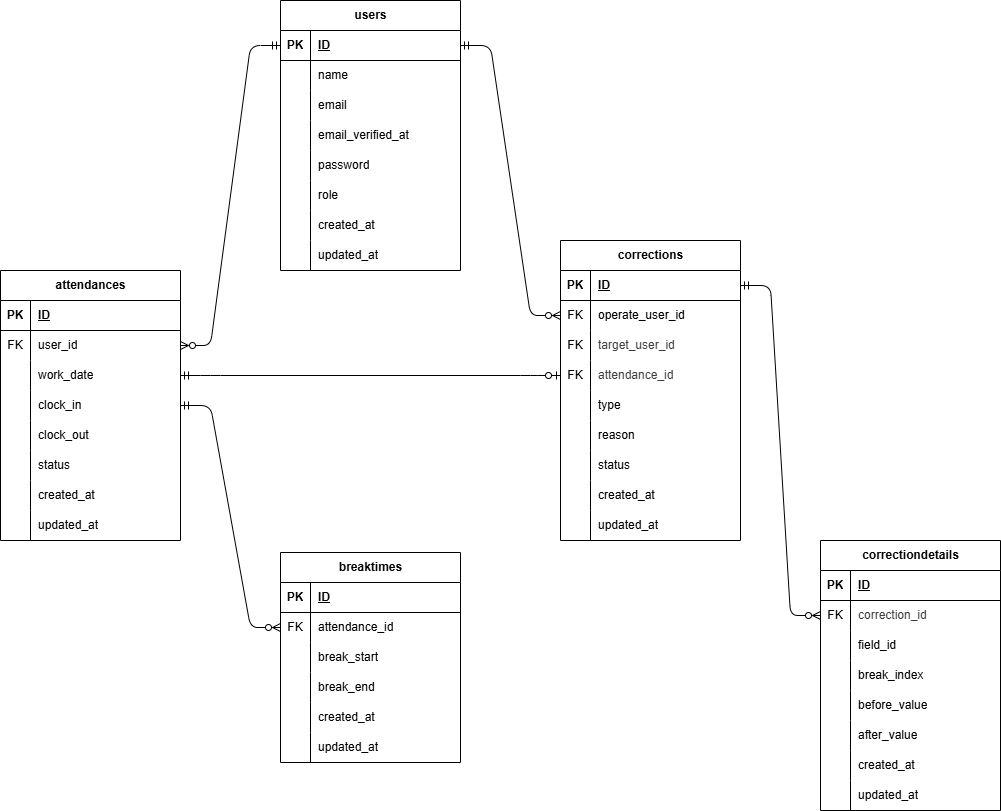
Above: ER.drawio.png in sazenshinji/shigeno-sp2-kinta (draw.io), before the change. Source tidied: cells renumbered, new cells last; positions are measured from the earlier drawing's top-left corner, leaving out a move shared by most shapes.
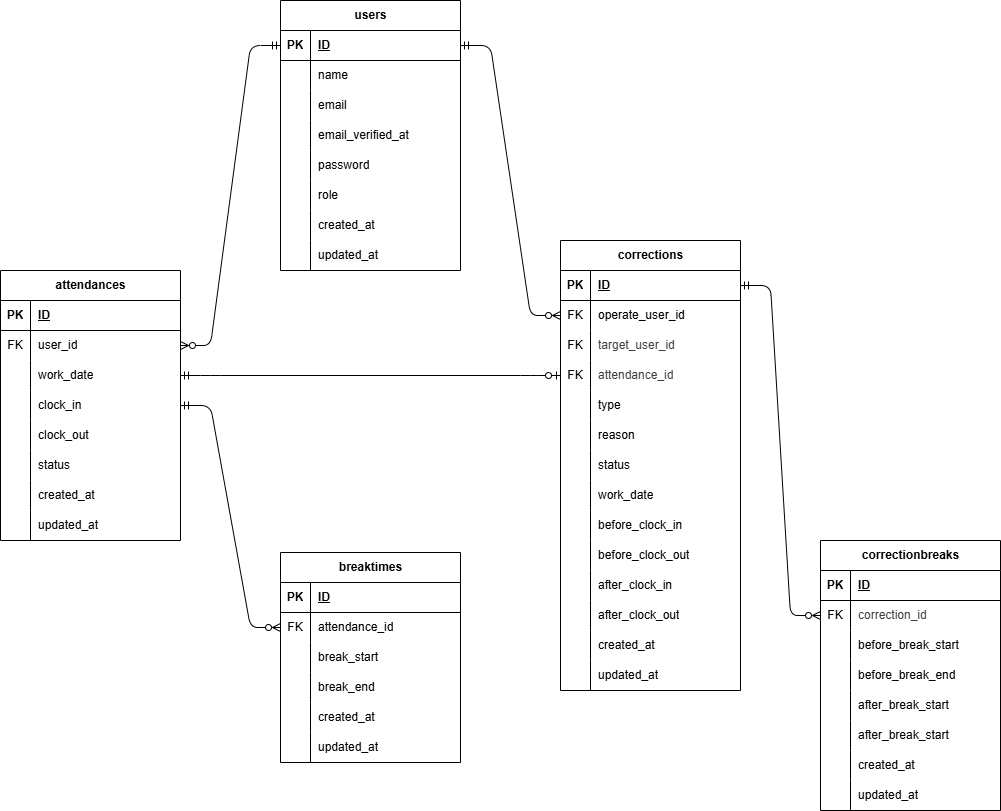
After the commit.

Change to the diagram source:
```diff
@@ -213,7 +213,7 @@
       <mxGeometry x="30" width="150" height="30" as="geometry" />
     </mxCell>
     <mxCell id="72" value="corrections" style="shape=table;startSize=30;rowLines=0;fontStyle=1;align=center;html=1;" parent="1" vertex="1">
-      <mxGeometry x="560" y="240" width="180" height="300" as="geometry" />
+      <mxGeometry x="560" y="240" width="180" height="450" as="geometry" />
     </mxCell>
     <mxCell id="73" style="shape=tableRow;horizontal=0;startSize=0;swimlaneHead=0;swimlaneBody=0;fillColor=none;points=[[0,0.5],[1,0.5]];portConstraint=eastwest;top=0;left=0;right=0;bottom=1;" parent="72" vertex="1">
       <mxGeometry y="30" width="180" height="30" as="geometry" />
@@ -278,8 +278,53 @@
     <mxCell id="93" value="&lt;span style=&quot;color: rgb(0, 0, 0);&quot;&gt;status&lt;/span&gt;" style="shape=partialRectangle;fillColor=none;top=0;left=0;bottom=0;right=0;align=left;spacingLeft=6;overflow=hidden;whiteSpace=wrap;html=1;" parent="91" vertex="1">
       <mxGeometry x="30" width="150" height="30" as="geometry" />
     </mxCell>
+    <mxCell id="129" style="shape=tableRow;horizontal=0;startSize=0;swimlaneHead=0;swimlaneBody=0;fillColor=none;top=0;left=0;right=0;bottom=0;" parent="72" vertex="1">
+      <mxGeometry y="240" width="180" height="30" as="geometry" />
+    </mxCell>
+    <mxCell id="130" style="shape=partialRectangle;fillColor=none;top=0;left=0;bottom=0;right=0;overflow=hidden;whiteSpace=wrap;html=1;" parent="129" vertex="1">
+      <mxGeometry width="30" height="30" as="geometry" />
+    </mxCell>
+    <mxCell id="131" value="&lt;span style=&quot;color: rgb(0, 0, 0);&quot;&gt;work_date&lt;/span&gt;" style="shape=partialRectangle;fillColor=none;top=0;left=0;bottom=0;right=0;align=left;spacingLeft=6;overflow=hidden;whiteSpace=wrap;html=1;" parent="129" vertex="1">
+      <mxGeometry x="30" width="150" height="30" as="geometry" />
+    </mxCell>
+    <mxCell id="132" style="shape=tableRow;horizontal=0;startSize=0;swimlaneHead=0;swimlaneBody=0;fillColor=none;top=0;left=0;right=0;bottom=0;" parent="72" vertex="1">
+      <mxGeometry y="270" width="180" height="30" as="geometry" />
+    </mxCell>
+    <mxCell id="133" style="shape=partialRectangle;fillColor=none;top=0;left=0;bottom=0;right=0;overflow=hidden;whiteSpace=wrap;html=1;" parent="132" vertex="1">
+      <mxGeometry width="30" height="30" as="geometry" />
+    </mxCell>
+    <mxCell id="134" value="&lt;span style=&quot;color: rgb(0, 0, 0);&quot;&gt;before_clock_in&lt;/span&gt;" style="shape=partialRectangle;fillColor=none;top=0;left=0;bottom=0;right=0;align=left;spacingLeft=6;overflow=hidden;whiteSpace=wrap;html=1;" parent="132" vertex="1">
+      <mxGeometry x="30" width="150" height="30" as="geometry" />
+    </mxCell>
+    <mxCell id="135" style="shape=tableRow;horizontal=0;startSize=0;swimlaneHead=0;swimlaneBody=0;fillColor=none;top=0;left=0;right=0;bottom=0;" parent="72" vertex="1">
+      <mxGeometry y="300" width="180" height="30" as="geometry" />
+    </mxCell>
+    <mxCell id="136" style="shape=partialRectangle;fillColor=none;top=0;left=0;bottom=0;right=0;overflow=hidden;whiteSpace=wrap;html=1;" parent="135" vertex="1">
+      <mxGeometry width="30" height="30" as="geometry" />
+    </mxCell>
+    <mxCell id="137" value="&lt;span style=&quot;color: rgb(0, 0, 0);&quot;&gt;before_clock_out&lt;/span&gt;" style="shape=partialRectangle;fillColor=none;top=0;left=0;bottom=0;right=0;align=left;spacingLeft=6;overflow=hidden;whiteSpace=wrap;html=1;" parent="135" vertex="1">
+      <mxGeometry x="30" width="150" height="30" as="geometry" />
+    </mxCell>
+    <mxCell id="138" style="shape=tableRow;horizontal=0;startSize=0;swimlaneHead=0;swimlaneBody=0;fillColor=none;top=0;left=0;right=0;bottom=0;" parent="72" vertex="1">
+      <mxGeometry y="330" width="180" height="30" as="geometry" />
+    </mxCell>
+    <mxCell id="139" style="shape=partialRectangle;fillColor=none;top=0;left=0;bottom=0;right=0;overflow=hidden;whiteSpace=wrap;html=1;" parent="138" vertex="1">
+      <mxGeometry width="30" height="30" as="geometry" />
+    </mxCell>
+    <mxCell id="140" value="&lt;span style=&quot;color: rgb(0, 0, 0);&quot;&gt;after_clock_in&lt;/span&gt;" style="shape=partialRectangle;fillColor=none;top=0;left=0;bottom=0;right=0;align=left;spacingLeft=6;overflow=hidden;whiteSpace=wrap;html=1;" parent="138" vertex="1">
+      <mxGeometry x="30" width="150" height="30" as="geometry" />
+    </mxCell>
+    <mxCell id="141" style="shape=tableRow;horizontal=0;startSize=0;swimlaneHead=0;swimlaneBody=0;fillColor=none;top=0;left=0;right=0;bottom=0;" parent="72" vertex="1">
+      <mxGeometry y="360" width="180" height="30" as="geometry" />
+    </mxCell>
+    <mxCell id="142" style="shape=partialRectangle;fillColor=none;top=0;left=0;bottom=0;right=0;overflow=hidden;whiteSpace=wrap;html=1;" parent="141" vertex="1">
+      <mxGeometry width="30" height="30" as="geometry" />
+    </mxCell>
+    <mxCell id="143" value="&lt;span style=&quot;color: rgb(0, 0, 0);&quot;&gt;after_clock_out&lt;/span&gt;" style="shape=partialRectangle;fillColor=none;top=0;left=0;bottom=0;right=0;align=left;spacingLeft=6;overflow=hidden;whiteSpace=wrap;html=1;" parent="141" vertex="1">
+      <mxGeometry x="30" width="150" height="30" as="geometry" />
+    </mxCell>
     <mxCell id="94" style="shape=tableRow;horizontal=0;startSize=0;swimlaneHead=0;swimlaneBody=0;fillColor=none;top=0;left=0;right=0;bottom=0;" parent="72" vertex="1">
-      <mxGeometry y="240" width="180" height="30" as="geometry" />
+      <mxGeometry y="390" width="180" height="30" as="geometry" />
     </mxCell>
     <mxCell id="95" style="shape=partialRectangle;fillColor=none;top=0;left=0;bottom=0;right=0;overflow=hidden;whiteSpace=wrap;html=1;" parent="94" vertex="1">
       <mxGeometry width="30" height="30" as="geometry" />
@@ -288,7 +333,7 @@
       <mxGeometry x="30" width="150" height="30" as="geometry" />
     </mxCell>
     <mxCell id="97" style="shape=tableRow;horizontal=0;startSize=0;swimlaneHead=0;swimlaneBody=0;fillColor=none;top=0;left=0;right=0;bottom=0;" parent="72" vertex="1">
-      <mxGeometry y="270" width="180" height="30" as="geometry" />
+      <mxGeometry y="420" width="180" height="30" as="geometry" />
     </mxCell>
     <mxCell id="98" style="shape=partialRectangle;fillColor=none;top=0;left=0;bottom=0;right=0;overflow=hidden;whiteSpace=wrap;html=1;" parent="97" vertex="1">
       <mxGeometry width="30" height="30" as="geometry" />
@@ -296,7 +341,7 @@
     <mxCell id="99" value="&lt;span style=&quot;color: rgb(0, 0, 0);&quot;&gt;updated_at&lt;/span&gt;" style="shape=partialRectangle;fillColor=none;top=0;left=0;bottom=0;right=0;align=left;spacingLeft=6;overflow=hidden;whiteSpace=wrap;html=1;" parent="97" vertex="1">
       <mxGeometry x="30" width="150" height="30" as="geometry" />
     </mxCell>
-    <mxCell id="100" value="correctiondetails" style="shape=table;startSize=30;rowLines=0;fontStyle=1;align=center;html=1;" parent="1" vertex="1">
+    <mxCell id="100" value="correctionbreaks" style="shape=table;startSize=30;rowLines=0;fontStyle=1;align=center;html=1;" parent="1" vertex="1">
       <mxGeometry x="820" y="540" width="180" height="270" as="geometry" />
     </mxCell>
     <mxCell id="101" style="shape=tableRow;horizontal=0;startSize=0;swimlaneHead=0;swimlaneBody=0;fillColor=none;top=0;left=0;right=0;bottom=1;" parent="100" vertex="1">
@@ -323,7 +368,7 @@
     <mxCell id="108" style="shape=partialRectangle;fillColor=none;top=0;left=0;bottom=0;right=0;overflow=hidden;whiteSpace=wrap;html=1;" parent="107" vertex="1">
       <mxGeometry width="30" height="30" as="geometry" />
     </mxCell>
-    <mxCell id="109" value="field_id" style="shape=partialRectangle;fillColor=none;top=0;left=0;bottom=0;right=0;align=left;spacingLeft=6;overflow=hidden;whiteSpace=wrap;html=1;" parent="107" vertex="1">
+    <mxCell id="109" value="&lt;span style=&quot;color: rgb(0, 0, 0);&quot;&gt;before_break_start&lt;/span&gt;" style="shape=partialRectangle;fillColor=none;top=0;left=0;bottom=0;right=0;align=left;spacingLeft=6;overflow=hidden;whiteSpace=wrap;html=1;" parent="107" vertex="1">
       <mxGeometry x="30" width="150" height="30" as="geometry" />
     </mxCell>
     <mxCell id="110" style="shape=tableRow;horizontal=0;startSize=0;swimlaneHead=0;swimlaneBody=0;fillColor=none;top=0;left=0;right=0;bottom=0;" parent="100" vertex="1">
@@ -332,7 +377,7 @@
     <mxCell id="111" style="shape=partialRectangle;fillColor=none;top=0;left=0;bottom=0;right=0;overflow=hidden;whiteSpace=wrap;html=1;" parent="110" vertex="1">
       <mxGeometry width="30" height="30" as="geometry" />
     </mxCell>
-    <mxCell id="112" value="break_index" style="shape=partialRectangle;fillColor=none;top=0;left=0;bottom=0;right=0;align=left;spacingLeft=6;overflow=hidden;whiteSpace=wrap;html=1;" parent="110" vertex="1">
+    <mxCell id="112" value="&lt;span style=&quot;color: rgb(0, 0, 0);&quot;&gt;before_break_end&lt;/span&gt;" style="shape=partialRectangle;fillColor=none;top=0;left=0;bottom=0;right=0;align=left;spacingLeft=6;overflow=hidden;whiteSpace=wrap;html=1;" parent="110" vertex="1">
       <mxGeometry x="30" width="150" height="30" as="geometry" />
     </mxCell>
     <mxCell id="113" style="shape=tableRow;horizontal=0;startSize=0;swimlaneHead=0;swimlaneBody=0;fillColor=none;top=0;left=0;right=0;bottom=0;" parent="100" vertex="1">
@@ -341,7 +386,7 @@
     <mxCell id="114" style="shape=partialRectangle;fillColor=none;top=0;left=0;bottom=0;right=0;overflow=hidden;whiteSpace=wrap;html=1;" parent="113" vertex="1">
       <mxGeometry width="30" height="30" as="geometry" />
     </mxCell>
-    <mxCell id="115" value="&lt;span style=&quot;color: rgb(0, 0, 0);&quot;&gt;before_value&lt;/span&gt;" style="shape=partialRectangle;fillColor=none;top=0;left=0;bottom=0;right=0;align=left;spacingLeft=6;overflow=hidden;whiteSpace=wrap;html=1;" parent="113" vertex="1">
+    <mxCell id="115" value="&lt;span style=&quot;color: rgb(0, 0, 0);&quot;&gt;after_break_start&lt;/span&gt;" style="shape=partialRectangle;fillColor=none;top=0;left=0;bottom=0;right=0;align=left;spacingLeft=6;overflow=hidden;whiteSpace=wrap;html=1;" parent="113" vertex="1">
       <mxGeometry x="30" width="150" height="30" as="geometry" />
     </mxCell>
     <mxCell id="116" style="shape=tableRow;horizontal=0;startSize=0;swimlaneHead=0;swimlaneBody=0;fillColor=none;top=0;left=0;right=0;bottom=0;" parent="100" vertex="1">
@@ -350,7 +395,7 @@
     <mxCell id="117" style="shape=partialRectangle;fillColor=none;top=0;left=0;bottom=0;right=0;overflow=hidden;whiteSpace=wrap;html=1;" parent="116" vertex="1">
       <mxGeometry width="30" height="30" as="geometry" />
     </mxCell>
-    <mxCell id="118" value="&lt;span style=&quot;color: rgb(0, 0, 0);&quot;&gt;after_value&lt;/span&gt;" style="shape=partialRectangle;fillColor=none;top=0;left=0;bottom=0;right=0;align=left;spacingLeft=6;overflow=hidden;whiteSpace=wrap;html=1;" parent="116" vertex="1">
+    <mxCell id="118" value="&lt;span style=&quot;color: rgb(0, 0, 0);&quot;&gt;after_break_start&lt;/span&gt;" style="shape=partialRectangle;fillColor=none;top=0;left=0;bottom=0;right=0;align=left;spacingLeft=6;overflow=hidden;whiteSpace=wrap;html=1;" parent="116" vertex="1">
       <mxGeometry x="30" width="150" height="30" as="geometry" />
     </mxCell>
     <mxCell id="119" style="shape=tableRow;horizontal=0;startSize=0;swimlaneHead=0;swimlaneBody=0;fillColor=none;top=0;left=0;right=0;bottom=0;" parent="100" vertex="1">
```
